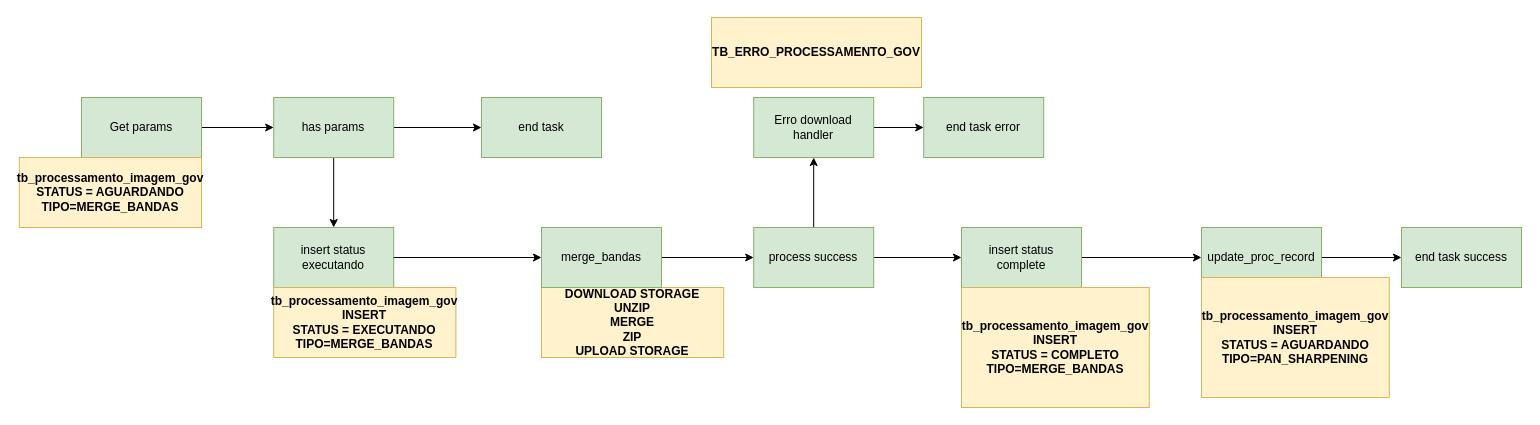
Earlier version of the draw.io diagram page "Fluxograma Merge" (5 of 5) of API_INDICES_HD.drawio (gabrielk-visiona/data-teste). Source tidied: cells renumbered, new cells numbered last; positions are measured from the earlier drawing's top-left corner, leaving out a move shared by most shapes. Both pictures are drawn from the tidied source at 100%, with x=0, y=0 at pixel (19, 17).
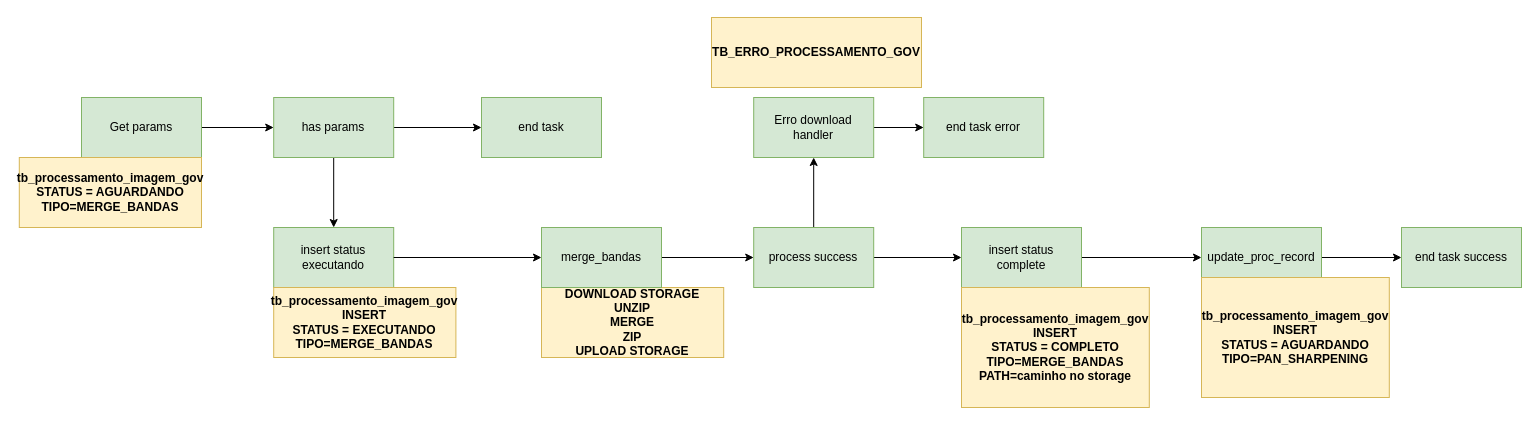
The same diagram, later.

Change to the diagram source:
```diff
@@
-    <mxCell id="17" value="&lt;div&gt;&lt;span style=&quot;text-wrap: nowrap;&quot;&gt;tb_processamento_imagem_gov&lt;/span&gt;&lt;/div&gt;&lt;div&gt;INSERT&lt;/div&gt;&lt;div&gt;STATUS = COMPLETO&lt;/div&gt;&lt;div&gt;TIPO=MERGE_BANDAS&lt;/div&gt;" style="text;html=1;align=center;verticalAlign=middle;whiteSpace=wrap;rounded=0;fillColor=#fff2cc;strokeColor=#d6b656;fontStyle=1;" parent="1" vertex="1">
+    <mxCell id="17" value="&lt;div&gt;&lt;span style=&quot;text-wrap: nowrap;&quot;&gt;tb_processamento_imagem_gov&lt;/span&gt;&lt;/div&gt;&lt;div&gt;INSERT&lt;/div&gt;&lt;div&gt;STATUS = COMPLETO&lt;/div&gt;&lt;div&gt;TIPO=MERGE_BANDAS&lt;/div&gt;&lt;div&gt;PATH=caminho no storage&lt;/div&gt;" style="text;html=1;align=center;verticalAlign=middle;whiteSpace=wrap;rounded=0;fillColor=#fff2cc;strokeColor=#d6b656;fontStyle=1;" parent="1" vertex="1">
       <mxGeometry x="942" y="270" width="187.8" height="120" as="geometry" />
     </mxCell>
```
